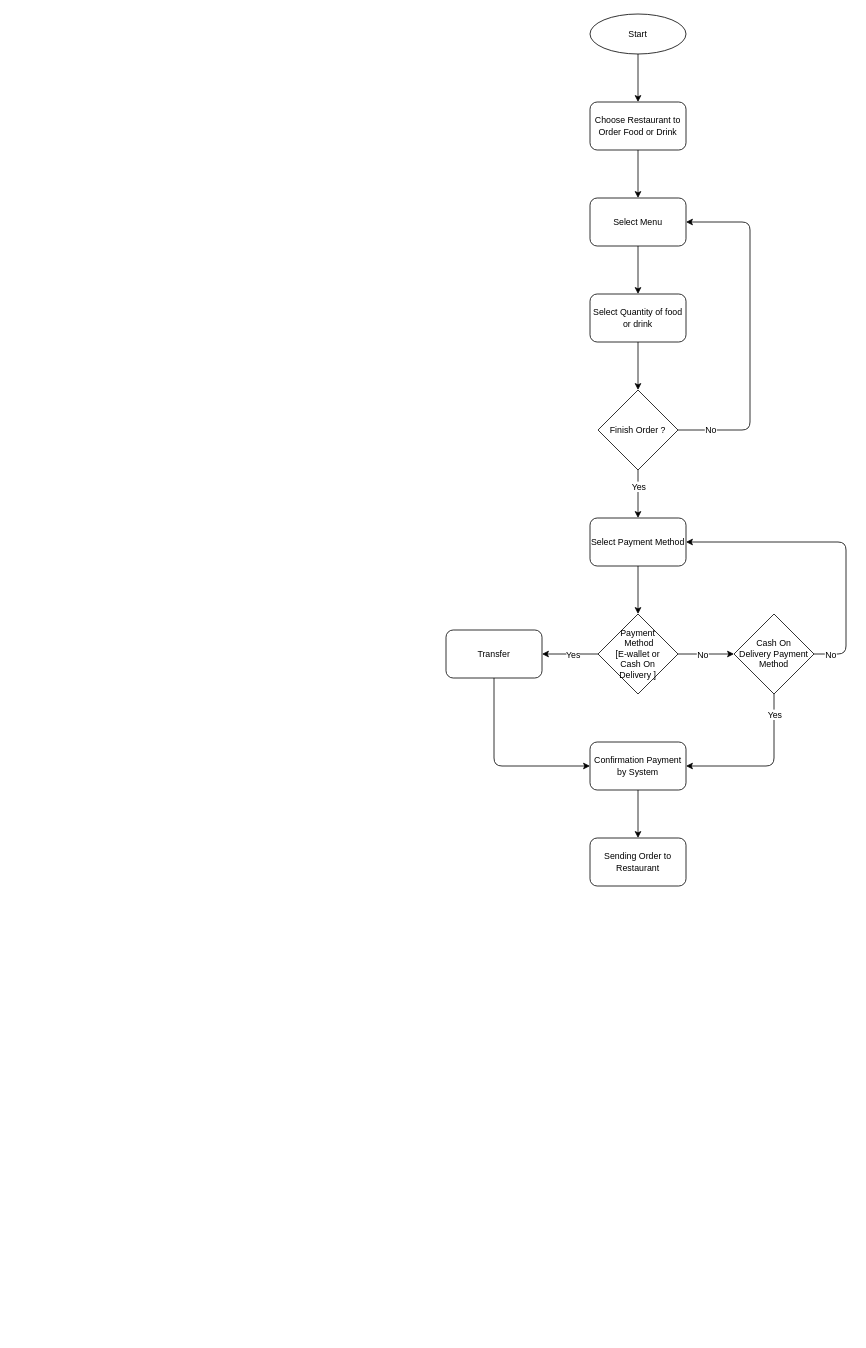
Earlier version of the draw.io diagram flowchart.drawio (arifmardhavi/M_Arif_Mardhavi-order_online_app). Source tidied: cells renumbered, new cells numbered last; positions are measured from the earlier drawing's top-left corner, leaving out a move shared by most shapes. Both pictures are drawn from the tidied source at 80%, with x=0, y=0 at pixel (446, 14).
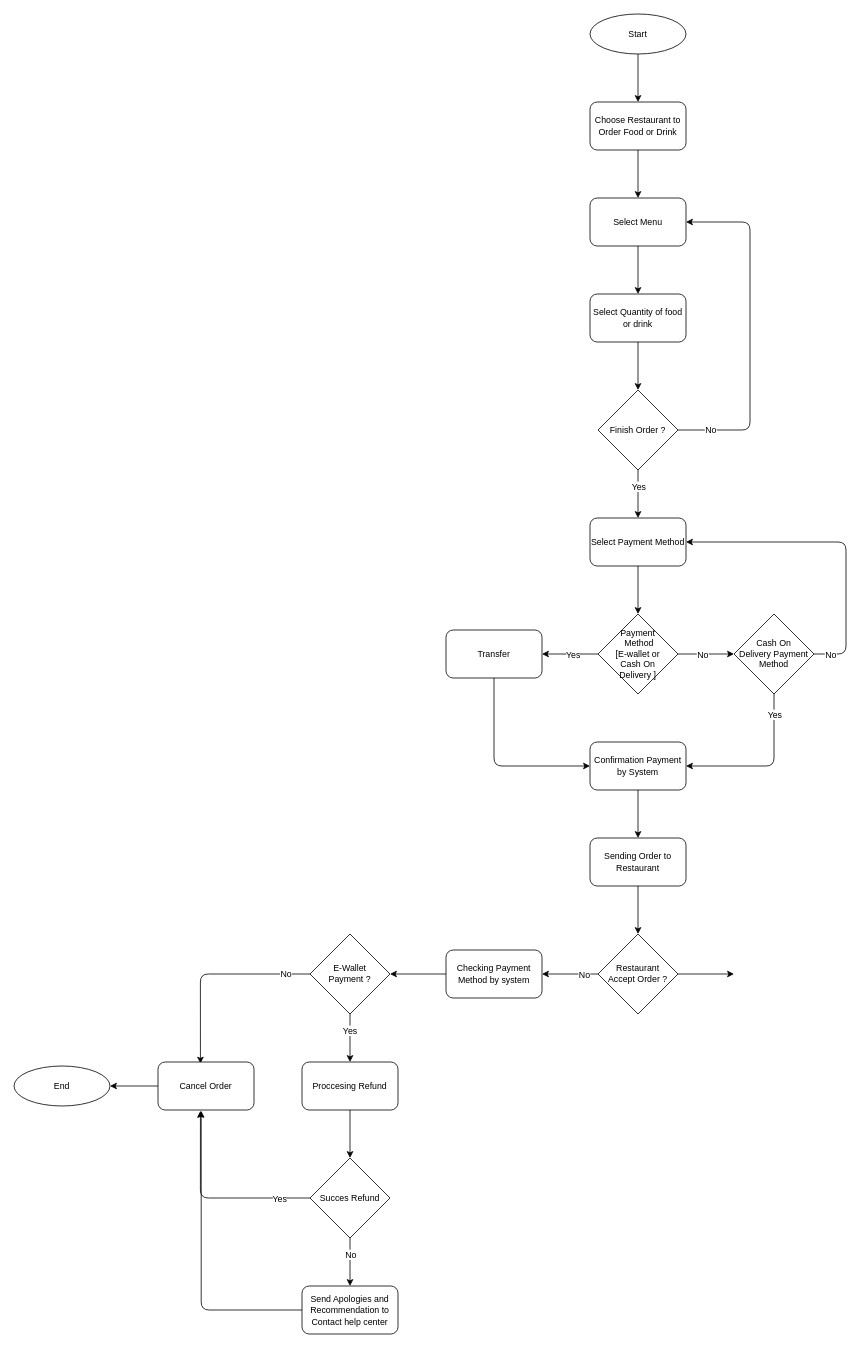
Above is the later version.

Commit message:
add condition if restaurant reject the order

Unchanged cells that the change refers to:
```xml
<mxCell id="31" value="&lt;span style=&quot;font-size: 11px&quot;&gt;Sending Order to Restaurant&lt;/span&gt;" style="rounded=1;whiteSpace=wrap;html=1;" parent="1" vertex="1">
  <mxGeometry x="180" y="1030" width="120" height="60" as="geometry" />
</mxCell>
```

The edit, as a diff of the source:
```diff
@@
+    <mxCell id="32" style="edgeStyle=none;html=1;exitX=0.5;exitY=1;exitDx=0;exitDy=0;entryX=0.5;entryY=0;entryDx=0;entryDy=0;fontSize=11;" parent="1" edge="1" source="31" target="36">
+      <mxGeometry relative="1" as="geometry" />
+    </mxCell>
@@
+    <mxCell id="33" style="edgeStyle=none;html=1;exitX=0;exitY=0.5;exitDx=0;exitDy=0;entryX=1;entryY=0.5;entryDx=0;entryDy=0;fontSize=11;" parent="1" edge="1" source="36" target="38">
+      <mxGeometry relative="1" as="geometry" />
+    </mxCell>
+    <mxCell id="34" value="No" style="edgeLabel;html=1;align=center;verticalAlign=middle;fontSize=11;" parent="33" vertex="1">
+      <mxGeometry x="-0.5" relative="1" as="geometry" />
+    </mxCell>
+    <mxCell id="35" style="edgeStyle=none;html=1;exitX=1;exitY=0.5;exitDx=0;exitDy=0;entryX=0;entryY=0.5;entryDx=0;entryDy=0;fontSize=11;" parent="1" edge="1" source="36">
+      <mxGeometry relative="1" as="geometry">
+        <mxPoint x="360" y="1200" as="targetPoint" />
+      </mxGeometry>
+    </mxCell>
+    <mxCell id="36" value="Restaurant &lt;br&gt;Accept Order ?" style="rhombus;whiteSpace=wrap;html=1;fontSize=11;" parent="1" vertex="1">
+      <mxGeometry x="190" y="1150" width="100" height="100" as="geometry" />
+    </mxCell>
+    <mxCell id="37" style="edgeStyle=none;html=1;exitX=0;exitY=0.5;exitDx=0;exitDy=0;entryX=1;entryY=0.5;entryDx=0;entryDy=0;fontSize=11;" parent="1" edge="1" source="38" target="43">
+      <mxGeometry relative="1" as="geometry" />
+    </mxCell>
+    <mxCell id="38" value="&lt;span style=&quot;font-size: 11px&quot;&gt;Checking Payment Method by system&lt;/span&gt;" style="rounded=1;whiteSpace=wrap;html=1;" parent="1" vertex="1">
+      <mxGeometry y="1170" width="120" height="60" as="geometry" />
+    </mxCell>
+    <mxCell id="39" style="edgeStyle=none;html=1;exitX=0.5;exitY=1;exitDx=0;exitDy=0;entryX=0.5;entryY=0;entryDx=0;entryDy=0;fontSize=11;" parent="1" edge="1" source="43" target="45">
+      <mxGeometry relative="1" as="geometry" />
+    </mxCell>
+    <mxCell id="40" value="Yes" style="edgeLabel;html=1;align=center;verticalAlign=middle;fontSize=11;" parent="39" vertex="1">
+      <mxGeometry x="-0.35" y="-1" relative="1" as="geometry" />
+    </mxCell>
+    <mxCell id="41" style="edgeStyle=none;html=1;exitX=0;exitY=0.5;exitDx=0;exitDy=0;entryX=0.442;entryY=0.033;entryDx=0;entryDy=0;entryPerimeter=0;fontSize=11;" parent="1" edge="1" source="43" target="52">
+      <mxGeometry relative="1" as="geometry">
+        <Array as="points">
+          <mxPoint x="-307" y="1200" />
+        </Array>
+      </mxGeometry>
+    </mxCell>
+    <mxCell id="42" value="No" style="edgeLabel;html=1;align=center;verticalAlign=middle;fontSize=11;" parent="41" vertex="1">
+      <mxGeometry x="-0.75" y="-1" relative="1" as="geometry" />
+    </mxCell>
+    <mxCell id="43" value="E-Wallet&lt;br&gt;Payment ?" style="rhombus;whiteSpace=wrap;html=1;fontSize=11;" parent="1" vertex="1">
+      <mxGeometry x="-170" y="1150" width="100" height="100" as="geometry" />
+    </mxCell>
+    <mxCell id="44" style="edgeStyle=none;html=1;exitX=0.5;exitY=1;exitDx=0;exitDy=0;entryX=0.5;entryY=0;entryDx=0;entryDy=0;fontSize=11;" parent="1" edge="1" source="45" target="50">
+      <mxGeometry relative="1" as="geometry" />
+    </mxCell>
+    <mxCell id="45" value="&lt;font style=&quot;font-size: 11px&quot;&gt;Proccesing Refund&lt;/font&gt;" style="rounded=1;whiteSpace=wrap;html=1;" parent="1" vertex="1">
+      <mxGeometry x="-180" y="1310" width="120" height="60" as="geometry" />
+    </mxCell>
+    <mxCell id="46" style="edgeStyle=none;html=1;exitX=0;exitY=0.5;exitDx=0;exitDy=0;entryX=0.442;entryY=1.017;entryDx=0;entryDy=0;entryPerimeter=0;fontSize=11;" parent="1" edge="1" source="50" target="52">
+      <mxGeometry relative="1" as="geometry">
+        <Array as="points">
+          <mxPoint x="-307" y="1480" />
+        </Array>
+      </mxGeometry>
+    </mxCell>
+    <mxCell id="47" value="Yes" style="edgeLabel;html=1;align=center;verticalAlign=middle;fontSize=11;" parent="46" vertex="1">
+      <mxGeometry x="-0.68" y="1" relative="1" as="geometry" />
+    </mxCell>
+    <mxCell id="48" style="edgeStyle=none;html=1;exitX=0.5;exitY=1;exitDx=0;exitDy=0;entryX=0.5;entryY=0;entryDx=0;entryDy=0;fontSize=11;" parent="1" edge="1" source="50" target="54">
+      <mxGeometry relative="1" as="geometry" />
+    </mxCell>
+    <mxCell id="49" value="No" style="edgeLabel;html=1;align=center;verticalAlign=middle;fontSize=11;" parent="48" vertex="1">
+      <mxGeometry x="-0.43" y="1" relative="1" as="geometry">
+        <mxPoint x="-1" y="3" as="offset" />
+      </mxGeometry>
+    </mxCell>
+    <mxCell id="50" value="Succes Refund" style="rhombus;whiteSpace=wrap;html=1;fontSize=11;" parent="1" vertex="1">
+      <mxGeometry x="-170" y="1430" width="100" height="100" as="geometry" />
+    </mxCell>
+    <mxCell id="51" style="edgeStyle=none;html=1;exitX=0;exitY=0.5;exitDx=0;exitDy=0;entryX=1;entryY=0.5;entryDx=0;entryDy=0;fontSize=11;" parent="1" edge="1" source="52" target="55">
+      <mxGeometry relative="1" as="geometry" />
+    </mxCell>
+    <mxCell id="52" value="&lt;font style=&quot;font-size: 11px&quot;&gt;Cancel Order&lt;/font&gt;" style="rounded=1;whiteSpace=wrap;html=1;" parent="1" vertex="1">
+      <mxGeometry x="-360" y="1310" width="120" height="60" as="geometry" />
+    </mxCell>
+    <mxCell id="53" style="edgeStyle=none;html=1;exitX=0;exitY=0.5;exitDx=0;exitDy=0;entryX=0.45;entryY=1.017;entryDx=0;entryDy=0;entryPerimeter=0;fontSize=11;" parent="1" edge="1" source="54" target="52">
+      <mxGeometry relative="1" as="geometry">
+        <Array as="points">
+          <mxPoint x="-306" y="1620" />
+        </Array>
+      </mxGeometry>
+    </mxCell>
+    <mxCell id="54" value="&lt;font style=&quot;font-size: 11px&quot;&gt;Send Apologies and Recommendation to Contact help center&lt;/font&gt;" style="rounded=1;whiteSpace=wrap;html=1;" parent="1" vertex="1">
+      <mxGeometry x="-180" y="1590" width="120" height="60" as="geometry" />
+    </mxCell>
+    <mxCell id="55" value="&lt;font style=&quot;font-size: 11px&quot;&gt;End&lt;/font&gt;" style="ellipse;whiteSpace=wrap;html=1;" parent="1" vertex="1">
+      <mxGeometry x="-540" y="1315" width="120" height="50" as="geometry" />
+    </mxCell>
```
